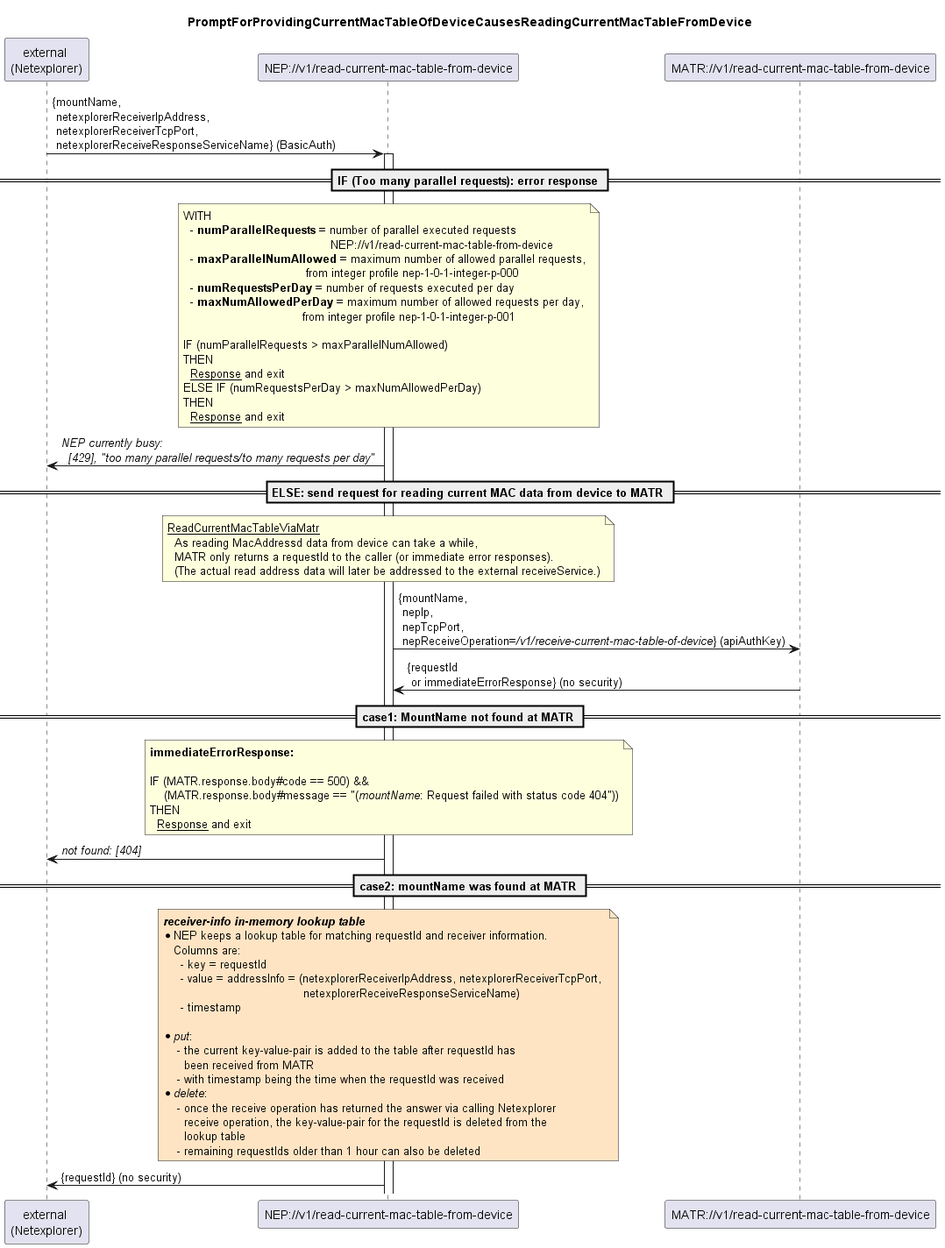
openBackhaul/NetExplorerProxy keeps this PlantUML diagram as spec/diagrams/012_ReadCurrentMacTableFromDevice.png. Above is the earlier version. Source of this version:
```plantuml
@startuml 012_ReadCurrentMacTableFromDevice
skinparam responseMessageBelowArrow true

title PromptForProvidingCurrentMacTableOfDeviceCausesReadingCurrentMacTableFromDevice

participant "external \n(Netexplorer)" as external
participant "NEP://v1/read-current-mac-table-from-device" as nep
participant "MATR://v1/read-current-mac-table-from-device" as matr

external -> nep: {mountName, \n netexplorerReceiverIpAddress, \n netexplorerReceiverTcpPort, \n netexplorerReceiveResponseServiceName} (BasicAuth)
activate nep

== IF (Too many parallel requests): error response ==
note over nep
  WITH
    - <b>numParallelRequests</b> = number of parallel executed requests
                                            NEP://v1/read-current-mac-table-from-device
    - <b>maxParallelNumAllowed</b> = maximum number of allowed parallel requests,
                                     from integer profile nep-1-0-1-integer-p-000
    - <b>numRequestsPerDay</b> = number of requests executed per day
    - <b>maxNumAllowedPerDay</b> = maximum number of allowed requests per day,
                                    from integer profile nep-1-0-1-integer-p-001

  IF (numParallelRequests > maxParallelNumAllowed)
  THEN
    <u>Response</u> and exit
  ELSE IF (numRequestsPerDay > maxNumAllowedPerDay)
  THEN
    <u>Response</u> and exit
end note
nep -> external: <i>NEP currently busy:</i>\n<i>  [429], "too many parallel requests/to many requests per day" </i>

== ELSE: send request for reading current MAC data from device to MATR ==

  note over nep
    <u>ReadCurrentMacTableViaMatr</u>
      As reading MacAddressd data from device can take a while,
      MATR only returns a requestId to the caller (or immediate error responses).
      (The actual read address data will later be addressed to the external receiveService.)
  end note
  nep -> matr: {mountName, \n nepIp, \n nepTcpPort, \n nepReceiveOperation=<i>/v1/receive-current-mac-table-of-device</i>} (apiAuthKey)
  matr -> nep: {requestId \n or immediateErrorResponse} (no security)

== case1: MountName not found at MATR ==
  note over nep
    <b>immediateErrorResponse:</b>

    IF (MATR.response.body#code == 500) &&
        (MATR.response.body#message == "(<i>mountName</i>: Request failed with status code 404"))
    THEN
      <u>Response</u> and exit
  end note
  nep -> external: <i>not found: [404]</i>

== case2: mountName was found at MATR ==


  note over nep #bisque
    <i><b>receiver-info in-memory lookup table</b></i>
    * NEP keeps a lookup table for matching requestId and receiver information.
       Columns are:
         - key = requestId
         - value = addressInfo = (netexplorerReceiverIpAddress, netexplorerReceiverTcpPort,
                                            netexplorerReceiveResponseServiceName)
         - timestamp

    * <i>put</i>:
        - the current key-value-pair is added to the table after requestId has
          been received from MATR
        - with timestamp being the time when the requestId was received
    * <i>delete</i>:
        - once the receive operation has returned the answer via calling Netexplorer
          receive operation, the key-value-pair for the requestId is deleted from the
          lookup table
        - remaining requestIds older than 1 hour can also be deleted
  end note


  nep -> external: {requestId} (no security)



@enduml
```
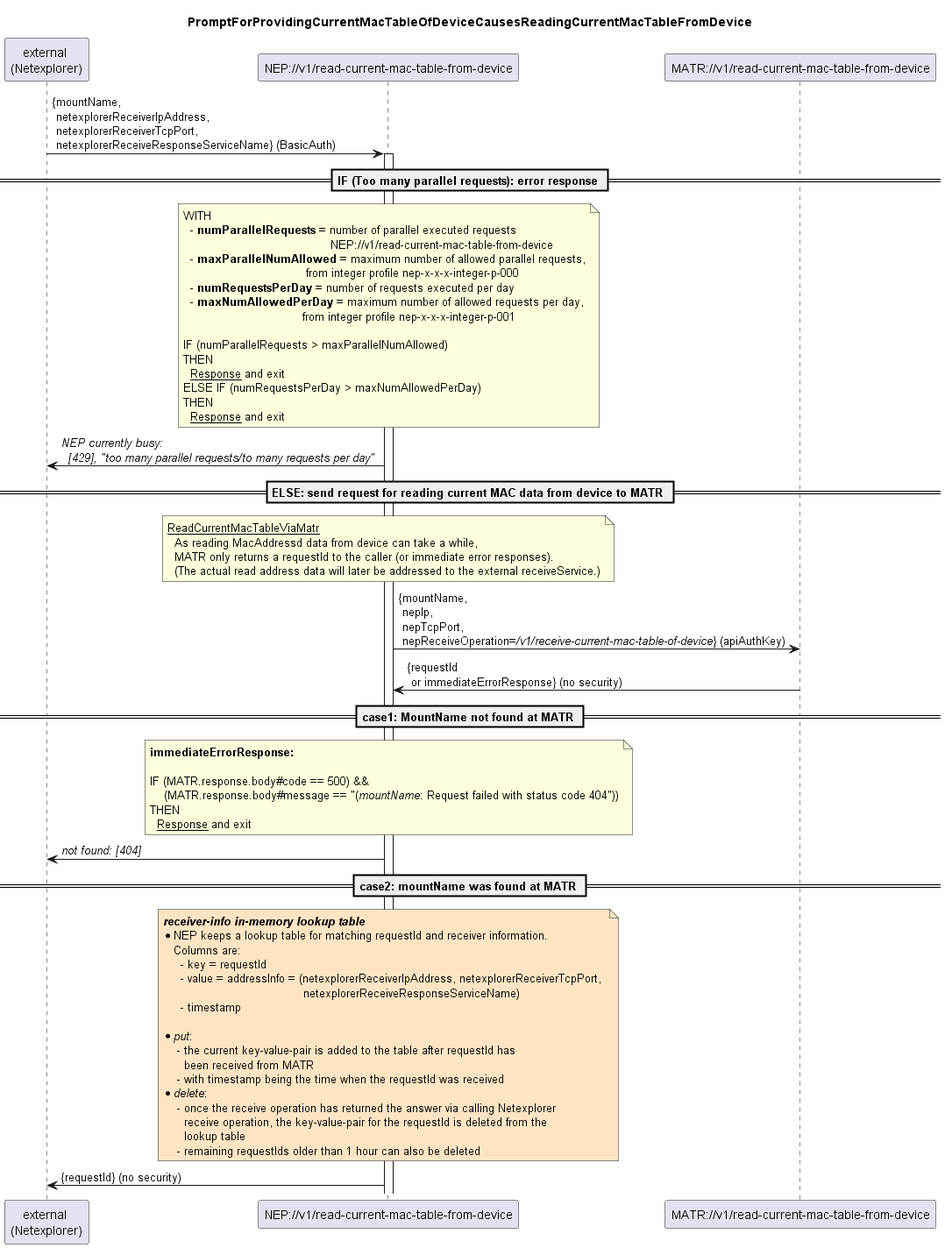
Later version of the same file.

The edit, as a diff of the source:
```diff
@@ -16,10 +16,10 @@
     - <b>numParallelRequests</b> = number of parallel executed requests
                                             NEP://v1/read-current-mac-table-from-device
     - <b>maxParallelNumAllowed</b> = maximum number of allowed parallel requests,
-                                     from integer profile nep-1-0-1-integer-p-000
+                                     from integer profile nep-x-x-x-integer-p-000
     - <b>numRequestsPerDay</b> = number of requests executed per day
     - <b>maxNumAllowedPerDay</b> = maximum number of allowed requests per day,
-                                    from integer profile nep-1-0-1-integer-p-001
+                                    from integer profile nep-x-x-x-integer-p-001
 
   IF (numParallelRequests > maxParallelNumAllowed)
   THEN
```
